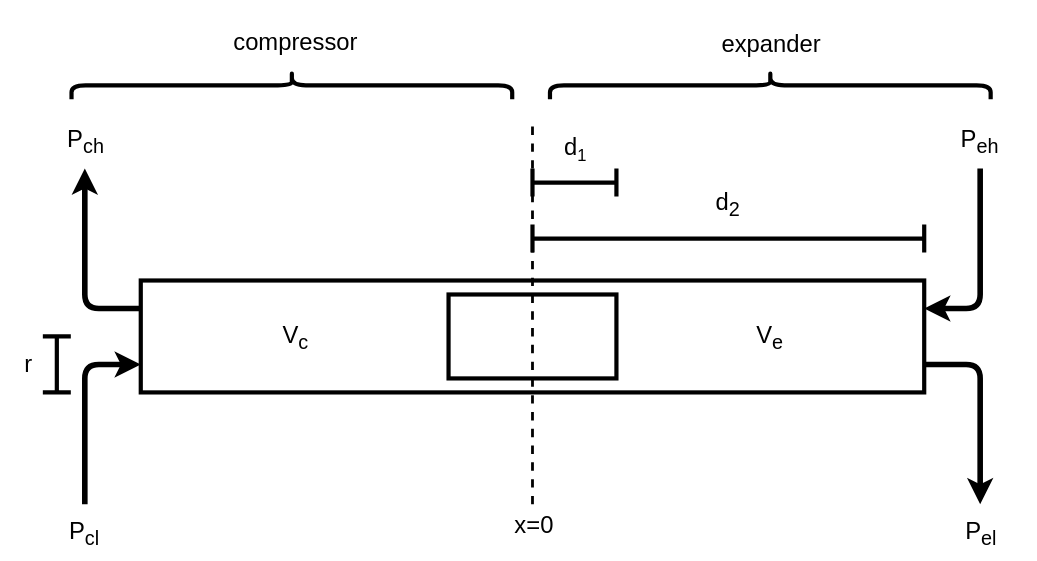
cstook/CompressorExpander keeps this draw.io diagram as compressorexpanderdiagram.svg. Above is the earlier version. Source tidied: cells renumbered, new cells last; positions are measured from the earlier drawing's top-left corner, leaving out a move shared by most shapes. Its diagram source:
```xml
<mxGraphModel background="#ffffff">
  <root>
    <mxCell id="0" />
    <mxCell id="1" parent="0" />
    <mxCell id="2" style="rounded=0;whiteSpace=wrap;html=1;fillColor=none;strokeWidth=3;strokeColor=#000000;" parent="1" vertex="1">
      <mxGeometry x="100" y="297" width="560" height="80" as="geometry" />
    </mxCell>
    <mxCell id="3" style="rounded=0;whiteSpace=wrap;html=1;strokeColor=#000000;strokeWidth=3;fillColor=none;" parent="1" vertex="1">
      <mxGeometry x="320" y="307" width="120" height="60" as="geometry" />
    </mxCell>
    <mxCell id="4" style="edgeStyle=segmentEdgeStyle;endArrow=classic;html=1;strokeWidth=4;strokeColor=#000000;exitX=0;exitY=0.25;" parent="1" edge="1" source="2">
      <mxGeometry relative="1" as="geometry">
        <mxPoint x="60" y="217" as="targetPoint" />
        <Array as="points">
          <mxPoint x="60" y="317" />
        </Array>
      </mxGeometry>
    </mxCell>
    <mxCell id="5" style="edgeStyle=segmentEdgeStyle;endArrow=none;html=1;strokeWidth=4;strokeColor=#000000;exitX=0;exitY=0.75;startArrow=classic;startFill=1;endFill=0;" parent="1" edge="1" source="2">
      <mxGeometry relative="1" as="geometry">
        <mxPoint x="60" y="457" as="targetPoint" />
        <Array as="points">
          <mxPoint x="60" y="357" />
        </Array>
      </mxGeometry>
    </mxCell>
    <mxCell id="6" style="edgeStyle=segmentEdgeStyle;endArrow=none;html=1;strokeWidth=4;strokeColor=#000000;exitX=1;exitY=0.25;startArrow=classic;startFill=1;endFill=0;" parent="1" edge="1" source="2">
      <mxGeometry relative="1" as="geometry">
        <mxPoint x="700" y="217" as="targetPoint" />
        <Array as="points">
          <mxPoint x="700" y="317" />
        </Array>
      </mxGeometry>
    </mxCell>
    <mxCell id="7" style="edgeStyle=segmentEdgeStyle;endArrow=classic;html=1;strokeWidth=4;strokeColor=#000000;exitX=1;exitY=0.75;" parent="1" edge="1" source="2">
      <mxGeometry relative="1" as="geometry">
        <mxPoint x="700" y="457" as="targetPoint" />
        <Array as="points">
          <mxPoint x="700" y="357" />
        </Array>
      </mxGeometry>
    </mxCell>
    <mxCell id="8" value="&lt;font style=&quot;font-size: 17px&quot;&gt;V&lt;sub&gt;c&lt;/sub&gt;&lt;/font&gt;" style="text;html=1;strokeColor=none;fillColor=none;align=center;verticalAlign=middle;whiteSpace=wrap;rounded=0;fontColor=#000000;labelBackgroundColor=none;" parent="1" vertex="1">
      <mxGeometry x="100" y="297" width="220" height="80" as="geometry" />
    </mxCell>
    <mxCell id="9" value="&lt;font style=&quot;font-size: 17px&quot;&gt;V&lt;sub&gt;e&lt;/sub&gt;&lt;/font&gt;" style="text;html=1;strokeColor=none;fillColor=none;align=center;verticalAlign=middle;whiteSpace=wrap;rounded=0;fontColor=#000000;labelBackgroundColor=none;" parent="1" vertex="1">
      <mxGeometry x="440" y="297" width="220" height="80" as="geometry" />
    </mxCell>
    <mxCell id="10" value="&lt;span style=&quot;font-size: 17px&quot;&gt;P&lt;sub&gt;ch&lt;/sub&gt;&lt;/span&gt;" style="text;html=1;strokeColor=none;fillColor=none;align=center;verticalAlign=middle;whiteSpace=wrap;rounded=0;fontColor=#000000;labelBackgroundColor=none;" parent="1" vertex="1">
      <mxGeometry x="20" y="177" width="80" height="40" as="geometry" />
    </mxCell>
    <mxCell id="11" value="&lt;span style=&quot;font-size: 17px&quot;&gt;P&lt;sub&gt;cl&lt;/sub&gt;&lt;/span&gt;" style="text;html=1;strokeColor=none;fillColor=none;align=center;verticalAlign=middle;whiteSpace=wrap;rounded=0;fontColor=#000000;labelBackgroundColor=none;" parent="1" vertex="1">
      <mxGeometry x="20" y="457" width="80" height="40" as="geometry" />
    </mxCell>
    <mxCell id="12" value="&lt;span style=&quot;font-size: 17px&quot;&gt;P&lt;sub&gt;el&lt;/sub&gt;&lt;/span&gt;" style="text;html=1;strokeColor=none;fillColor=none;align=center;verticalAlign=middle;whiteSpace=wrap;rounded=0;fontColor=#000000;labelBackgroundColor=none;" parent="1" vertex="1">
      <mxGeometry x="660" y="457" width="80" height="40" as="geometry" />
    </mxCell>
    <mxCell id="13" value="&lt;span style=&quot;font-size: 17px&quot;&gt;P&lt;sub&gt;eh&lt;/sub&gt;&lt;/span&gt;" style="text;html=1;strokeColor=none;fillColor=none;align=center;verticalAlign=middle;whiteSpace=wrap;rounded=0;fontColor=#000000;labelBackgroundColor=none;" parent="1" vertex="1">
      <mxGeometry x="660" y="177" width="80" height="40" as="geometry" />
    </mxCell>
    <mxCell id="14" style="shape=crossbar;whiteSpace=wrap;html=1;rounded=1;labelBackgroundColor=none;strokeColor=#000000;strokeWidth=3;fillColor=none;fontColor=#000000;rotation=90;" parent="1" vertex="1">
      <mxGeometry x="20" y="347" width="40" height="20" as="geometry" />
    </mxCell>
    <mxCell id="15" value="&lt;span style=&quot;font-size: 17px&quot;&gt;r&lt;/span&gt;&lt;br&gt;" style="text;html=1;strokeColor=none;fillColor=none;align=center;verticalAlign=middle;whiteSpace=wrap;rounded=0;fontColor=#000000;labelBackgroundColor=none;" parent="1" vertex="1">
      <mxGeometry y="337" width="40" height="40" as="geometry" />
    </mxCell>
    <mxCell id="16" style="shape=crossbar;whiteSpace=wrap;html=1;rounded=1;labelBackgroundColor=none;strokeColor=#000000;strokeWidth=3;fillColor=none;fontColor=#000000;" parent="1" vertex="1">
      <mxGeometry x="380" y="217" width="60" height="20" as="geometry" />
    </mxCell>
    <mxCell id="17" style="shape=crossbar;whiteSpace=wrap;html=1;rounded=1;labelBackgroundColor=none;strokeColor=#000000;strokeWidth=3;fillColor=none;fontColor=#000000;" parent="1" vertex="1">
      <mxGeometry x="380" y="257" width="280" height="20" as="geometry" />
    </mxCell>
    <mxCell id="18" value="&lt;span style=&quot;font-size: 17px&quot;&gt;d&lt;sub&gt;2&lt;/sub&gt;&lt;/span&gt;" style="text;html=1;strokeColor=none;fillColor=none;align=center;verticalAlign=middle;whiteSpace=wrap;rounded=0;fontColor=#000000;labelBackgroundColor=none;" parent="1" vertex="1">
      <mxGeometry x="380" y="217" width="280" height="50" as="geometry" />
    </mxCell>
    <mxCell id="19" value="&lt;span style=&quot;font-size: 17px&quot;&gt;d&lt;/span&gt;&lt;span style=&quot;font-size: 14.1667px&quot;&gt;&lt;sub&gt;1&lt;/sub&gt;&lt;/span&gt;" style="text;html=1;strokeColor=none;fillColor=none;align=center;verticalAlign=middle;whiteSpace=wrap;rounded=0;fontColor=#000000;labelBackgroundColor=none;" parent="1" vertex="1">
      <mxGeometry x="380" y="187" width="60" height="30" as="geometry" />
    </mxCell>
    <mxCell id="20" style="endArrow=none;dashed=1;html=1;strokeColor=#000000;strokeWidth=2;fontColor=#000000;" parent="1" edge="1">
      <mxGeometry relative="1" as="geometry">
        <mxPoint x="380" y="457" as="sourcePoint" />
        <mxPoint x="380" y="187" as="targetPoint" />
      </mxGeometry>
    </mxCell>
    <mxCell id="21" value="&lt;span style=&quot;font-size: 17px&quot;&gt;x=0&lt;/span&gt;&lt;br&gt;" style="text;html=1;strokeColor=none;fillColor=none;align=center;verticalAlign=middle;whiteSpace=wrap;rounded=0;fontColor=#000000;labelBackgroundColor=none;" parent="1" vertex="1">
      <mxGeometry x="346.5" y="457" width="67" height="30" as="geometry" />
    </mxCell>
    <mxCell id="22" style="shape=curlyBracket;whiteSpace=wrap;html=1;rounded=1;labelBackgroundColor=none;strokeColor=#000000;strokeWidth=3;fillColor=none;fontColor=#000000;rotation=90;" parent="1" vertex="1">
      <mxGeometry x="198" width="20" height="315" as="geometry" />
    </mxCell>
    <mxCell id="23" style="shape=curlyBracket;whiteSpace=wrap;html=1;rounded=1;labelBackgroundColor=none;strokeColor=#000000;strokeWidth=3;fillColor=none;fontColor=#000000;rotation=90;" parent="1" vertex="1">
      <mxGeometry x="540" width="20" height="315" as="geometry" />
    </mxCell>
    <mxCell id="24" value="&lt;font style=&quot;font-size: 17px&quot;&gt;compressor&lt;/font&gt;" style="text;html=1;strokeColor=none;fillColor=none;align=center;verticalAlign=middle;whiteSpace=wrap;rounded=0;labelBackgroundColor=none;fontColor=#000000;" parent="1" vertex="1">
      <mxGeometry x="50" y="97" width="320" height="60" as="geometry" />
    </mxCell>
    <mxCell id="25" value="&lt;font style=&quot;font-size: 17px&quot;&gt;expander&lt;br&gt;&lt;/font&gt;" style="text;html=1;strokeColor=none;fillColor=none;align=center;verticalAlign=middle;whiteSpace=wrap;rounded=0;labelBackgroundColor=none;fontColor=#000000;" parent="1" vertex="1">
      <mxGeometry x="390" y="97.5" width="320" height="60" as="geometry" />
    </mxCell>
  </root>
</mxGraphModel>
```
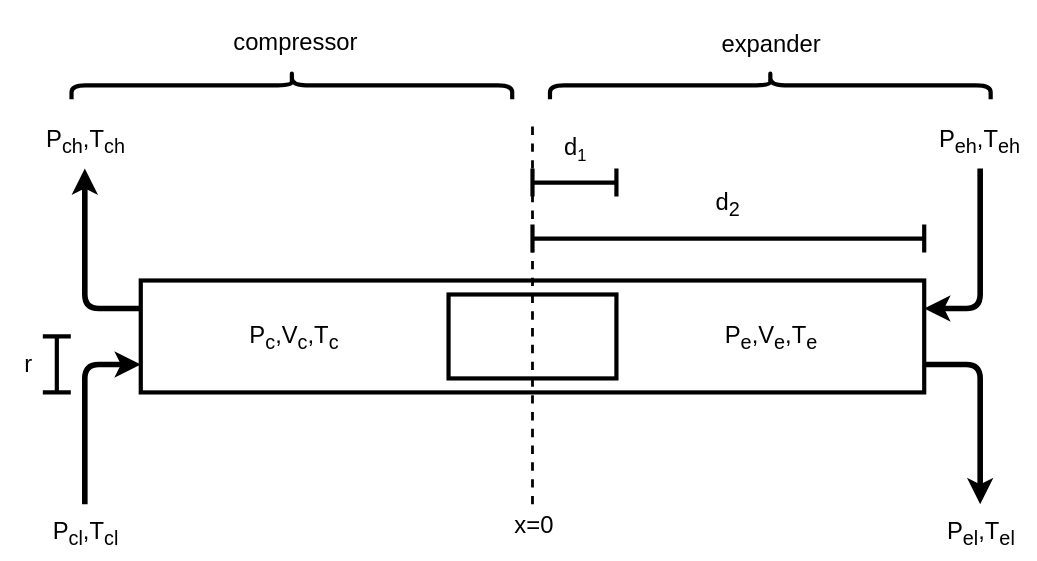
Later version of the same file.

Diff of the diagram source:
```diff
@@ -40,22 +40,22 @@
         </Array>
       </mxGeometry>
     </mxCell>
-    <mxCell id="8" value="&lt;font style=&quot;font-size: 17px&quot;&gt;V&lt;sub&gt;c&lt;/sub&gt;&lt;/font&gt;" style="text;html=1;strokeColor=none;fillColor=none;align=center;verticalAlign=middle;whiteSpace=wrap;rounded=0;fontColor=#000000;labelBackgroundColor=none;" parent="1" vertex="1">
+    <mxCell id="8" value="&lt;font style=&quot;font-size: 17px&quot;&gt;P&lt;sub&gt;c&lt;/sub&gt;,V&lt;sub&gt;c&lt;/sub&gt;,T&lt;sub&gt;c&lt;/sub&gt;&lt;/font&gt;" style="text;html=1;strokeColor=none;fillColor=none;align=center;verticalAlign=middle;whiteSpace=wrap;rounded=0;fontColor=#000000;labelBackgroundColor=none;" parent="1" vertex="1">
       <mxGeometry x="100" y="297" width="220" height="80" as="geometry" />
     </mxCell>
-    <mxCell id="9" value="&lt;font style=&quot;font-size: 17px&quot;&gt;V&lt;sub&gt;e&lt;/sub&gt;&lt;/font&gt;" style="text;html=1;strokeColor=none;fillColor=none;align=center;verticalAlign=middle;whiteSpace=wrap;rounded=0;fontColor=#000000;labelBackgroundColor=none;" parent="1" vertex="1">
+    <mxCell id="9" value="&lt;font style=&quot;font-size: 17px&quot;&gt;P&lt;sub&gt;e&lt;/sub&gt;,V&lt;sub&gt;e&lt;/sub&gt;,T&lt;sub&gt;e&lt;/sub&gt;&lt;/font&gt;" style="text;html=1;strokeColor=none;fillColor=none;align=center;verticalAlign=middle;whiteSpace=wrap;rounded=0;fontColor=#000000;labelBackgroundColor=none;" parent="1" vertex="1">
       <mxGeometry x="440" y="297" width="220" height="80" as="geometry" />
     </mxCell>
-    <mxCell id="10" value="&lt;span style=&quot;font-size: 17px&quot;&gt;P&lt;sub&gt;ch&lt;/sub&gt;&lt;/span&gt;" style="text;html=1;strokeColor=none;fillColor=none;align=center;verticalAlign=middle;whiteSpace=wrap;rounded=0;fontColor=#000000;labelBackgroundColor=none;" parent="1" vertex="1">
+    <mxCell id="10" value="&lt;font style=&quot;font-size: 17px&quot;&gt;P&lt;sub&gt;ch&lt;/sub&gt;,T&lt;sub&gt;ch&lt;/sub&gt;&lt;/font&gt;" style="text;html=1;strokeColor=none;fillColor=none;align=center;verticalAlign=middle;whiteSpace=wrap;rounded=0;fontColor=#000000;labelBackgroundColor=none;" parent="1" vertex="1">
       <mxGeometry x="20" y="177" width="80" height="40" as="geometry" />
     </mxCell>
-    <mxCell id="11" value="&lt;span style=&quot;font-size: 17px&quot;&gt;P&lt;sub&gt;cl&lt;/sub&gt;&lt;/span&gt;" style="text;html=1;strokeColor=none;fillColor=none;align=center;verticalAlign=middle;whiteSpace=wrap;rounded=0;fontColor=#000000;labelBackgroundColor=none;" parent="1" vertex="1">
+    <mxCell id="11" value="&lt;font style=&quot;font-size: 17px&quot;&gt;P&lt;sub&gt;cl&lt;/sub&gt;,T&lt;sub&gt;cl&lt;/sub&gt;&lt;/font&gt;" style="text;html=1;strokeColor=none;fillColor=none;align=center;verticalAlign=middle;whiteSpace=wrap;rounded=0;fontColor=#000000;labelBackgroundColor=none;" parent="1" vertex="1">
       <mxGeometry x="20" y="457" width="80" height="40" as="geometry" />
     </mxCell>
-    <mxCell id="12" value="&lt;span style=&quot;font-size: 17px&quot;&gt;P&lt;sub&gt;el&lt;/sub&gt;&lt;/span&gt;" style="text;html=1;strokeColor=none;fillColor=none;align=center;verticalAlign=middle;whiteSpace=wrap;rounded=0;fontColor=#000000;labelBackgroundColor=none;" parent="1" vertex="1">
+    <mxCell id="12" value="&lt;font style=&quot;font-size: 17px&quot;&gt;P&lt;sub&gt;el&lt;/sub&gt;,T&lt;sub&gt;el&lt;/sub&gt;&lt;/font&gt;" style="text;html=1;strokeColor=none;fillColor=none;align=center;verticalAlign=middle;whiteSpace=wrap;rounded=0;fontColor=#000000;labelBackgroundColor=none;" parent="1" vertex="1">
       <mxGeometry x="660" y="457" width="80" height="40" as="geometry" />
     </mxCell>
-    <mxCell id="13" value="&lt;span style=&quot;font-size: 17px&quot;&gt;P&lt;sub&gt;eh&lt;/sub&gt;&lt;/span&gt;" style="text;html=1;strokeColor=none;fillColor=none;align=center;verticalAlign=middle;whiteSpace=wrap;rounded=0;fontColor=#000000;labelBackgroundColor=none;" parent="1" vertex="1">
+    <mxCell id="13" value="&lt;font style=&quot;font-size: 17px&quot;&gt;P&lt;sub&gt;eh&lt;/sub&gt;,T&lt;sub&gt;eh&lt;/sub&gt;&lt;/font&gt;" style="text;html=1;strokeColor=none;fillColor=none;align=center;verticalAlign=middle;whiteSpace=wrap;rounded=0;fontColor=#000000;labelBackgroundColor=none;" parent="1" vertex="1">
       <mxGeometry x="660" y="177" width="80" height="40" as="geometry" />
     </mxCell>
     <mxCell id="14" style="shape=crossbar;whiteSpace=wrap;html=1;rounded=1;labelBackgroundColor=none;strokeColor=#000000;strokeWidth=3;fillColor=none;fontColor=#000000;rotation=90;" parent="1" vertex="1">
```
